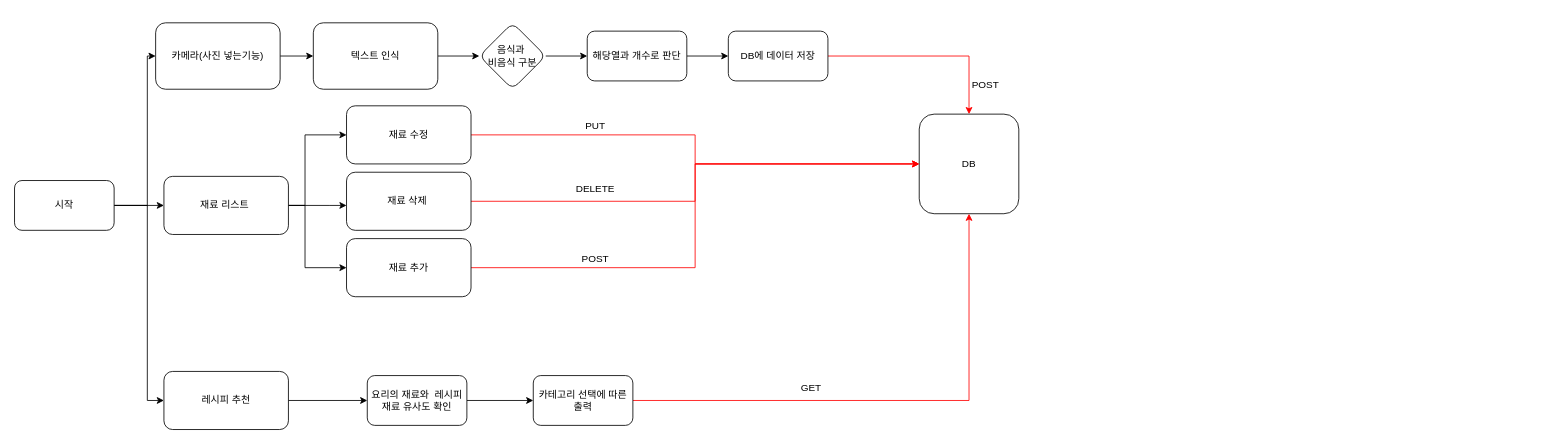
Above: SystemArchitecutre.drawio in brightlcy/Capstone-Design (draw.io), before the change. Source tidied: cells renumbered, new cells numbered last; positions are measured from the earlier drawing's top-left corner, leaving out a move shared by most shapes. Both pictures are drawn from the tidied source at 83%, with x=0, y=0 at pixel (14, 22).
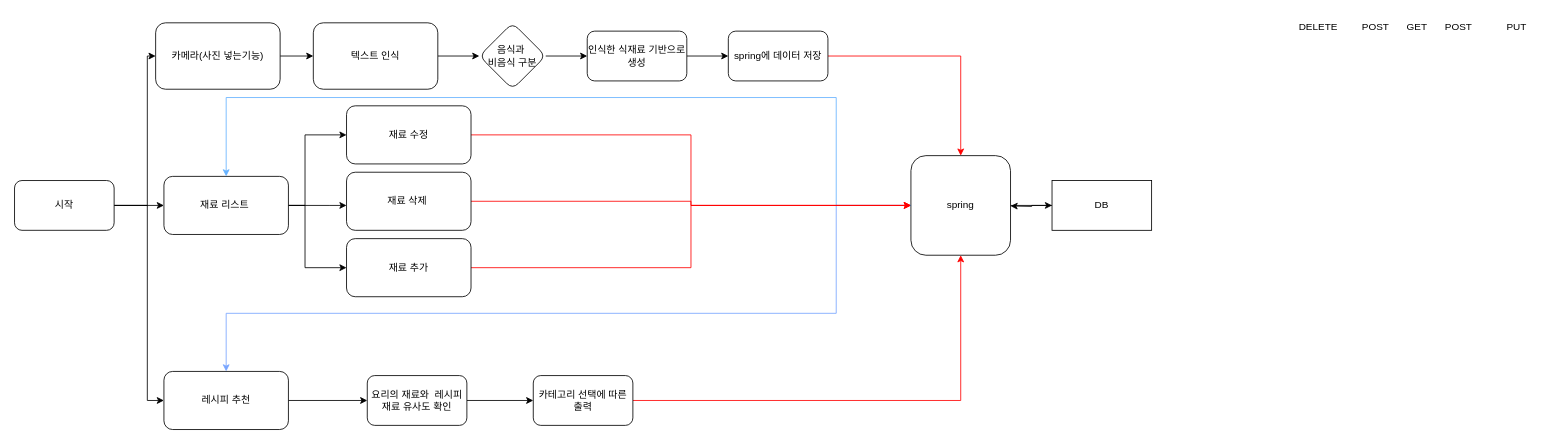
After the change.

Unchanged cells that the change refers to:
```xml
<mxCell id="11" value="재료 리스트&amp;nbsp;" style="whiteSpace=wrap;html=1;rounded=1;" parent="1" vertex="1">
  <mxGeometry x="180" y="185" width="150" height="70" as="geometry" />
</mxCell>
<mxCell id="13" value="레시피 추천" style="whiteSpace=wrap;html=1;rounded=1;" parent="1" vertex="1">
  <mxGeometry x="180" y="420" width="150" height="70" as="geometry" />
</mxCell>
<mxCell id="32" value="카테고리 선택에 따른 출력" style="whiteSpace=wrap;html=1;rounded=1;" parent="1" vertex="1">
  <mxGeometry x="625" y="425" width="120" height="60" as="geometry" />
</mxCell>
```

The edit, as a diff of the source:
```diff
@@
-    <mxCell id="19" value="해당열과 개수로 판단" style="whiteSpace=wrap;html=1;rounded=1;" parent="1" vertex="1">
+    <mxCell id="19" value="인식한 식재료 기반으로 생성" style="whiteSpace=wrap;html=1;rounded=1;" parent="1" vertex="1">
       <mxGeometry x="690" y="10" width="120" height="60" as="geometry" />
     </mxCell>
@@
-    <mxCell id="21" value="DB에 데이터 저장" style="whiteSpace=wrap;html=1;rounded=1;" parent="1" vertex="1">
+    <mxCell id="21" value="spring에 데이터 저장" style="whiteSpace=wrap;html=1;rounded=1;" parent="1" vertex="1">
       <mxGeometry x="860" y="10" width="120" height="60" as="geometry" />
     </mxCell>
+    <mxCell id="38" style="edgeStyle=orthogonalEdgeStyle;rounded=0;jettySize=auto;html=1;exitX=1;exitY=0.5;exitDx=0;exitDy=0;entryX=0;entryY=0.5;entryDx=0;entryDy=0;" parent="1" edge="1" source="22" target="42">
+      <mxGeometry relative="1" as="geometry" />
+    </mxCell>
+    <mxCell id="39" style="edgeStyle=orthogonalEdgeStyle;rounded=0;jettySize=auto;html=1;exitX=0;exitY=0.5;exitDx=0;exitDy=0;entryX=0.5;entryY=0;entryDx=0;entryDy=0;strokeColor=#66B2FF;" parent="1" edge="1" source="22" target="11">
+      <mxGeometry relative="1" as="geometry">
+        <Array as="points">
+          <mxPoint x="990" y="220" />
+          <mxPoint x="990" y="90" />
+          <mxPoint x="255" y="90" />
+        </Array>
+      </mxGeometry>
+    </mxCell>
+    <mxCell id="40" style="edgeStyle=orthogonalEdgeStyle;rounded=0;jettySize=auto;html=1;exitX=0;exitY=0.5;exitDx=0;exitDy=0;entryX=0.5;entryY=0;entryDx=0;entryDy=0;strokeColor=#78A5FF;" parent="1" edge="1" source="22" target="13">
+      <mxGeometry relative="1" as="geometry">
+        <Array as="points">
+          <mxPoint x="990" y="220" />
+          <mxPoint x="990" y="350" />
+          <mxPoint x="255" y="350" />
+        </Array>
+      </mxGeometry>
+    </mxCell>
-    <mxCell id="22" value="DB" style="rounded=1;whiteSpace=wrap;html=1;" parent="1" vertex="1">
-      <mxGeometry x="1090" y="110" width="120" height="120" as="geometry" />
+    <mxCell id="22" value="spring" style="rounded=1;whiteSpace=wrap;html=1;" parent="1" vertex="1">
+      <mxGeometry x="1080" y="160" width="120" height="120" as="geometry" />
     </mxCell>
@@
-    <mxCell id="31" style="edgeStyle=orthogonalEdgeStyle;rounded=0;jettySize=auto;html=1;exitX=1;exitY=0.5;exitDx=0;exitDy=0;entryX=0.5;entryY=1;entryDx=0;entryDy=0;strokeColor=#FF0000;" parent="1" edge="1" source="32" target="22">
-      <mxGeometry relative="1" as="geometry" />
+    <mxCell id="31" style="edgeStyle=orthogonalEdgeStyle;rounded=0;jettySize=auto;html=1;exitX=1;exitY=0.5;exitDx=0;exitDy=0;strokeColor=#FF0000;entryX=0.5;entryY=1;entryDx=0;entryDy=0;" parent="1" edge="1" source="32" target="22">
+      <mxGeometry relative="1" as="geometry">
+        <Array as="points">
+          <mxPoint x="1140" y="455" />
+        </Array>
+      </mxGeometry>
     </mxCell>
@@
     <mxCell id="33" value="PUT" style="text;html=1;align=center;verticalAlign=middle;whiteSpace=wrap;rounded=0;" parent="1" vertex="1">
-      <mxGeometry x="670" y="110" width="60" height="30" as="geometry" />
+      <mxGeometry x="1780" y="-10" width="60" height="30" as="geometry" />
     </mxCell>
     <mxCell id="34" value="DELETE" style="text;html=1;align=center;verticalAlign=middle;whiteSpace=wrap;rounded=0;" parent="1" vertex="1">
-      <mxGeometry x="670" y="185" width="60" height="30" as="geometry" />
+      <mxGeometry x="1541" y="-10" width="60" height="30" as="geometry" />
     </mxCell>
     <mxCell id="35" value="POST" style="text;html=1;align=center;verticalAlign=middle;whiteSpace=wrap;rounded=0;" parent="1" vertex="1">
-      <mxGeometry x="670" y="270" width="60" height="30" as="geometry" />
+      <mxGeometry x="1610" y="-10" width="60" height="30" as="geometry" />
     </mxCell>
     <mxCell id="36" value="GET" style="text;html=1;align=center;verticalAlign=middle;whiteSpace=wrap;rounded=0;" parent="1" vertex="1">
-      <mxGeometry x="930" y="425" width="60" height="30" as="geometry" />
+      <mxGeometry x="1660" y="-10" width="60" height="30" as="geometry" />
     </mxCell>
     <mxCell id="37" value="POST" style="text;html=1;align=center;verticalAlign=middle;whiteSpace=wrap;rounded=0;" parent="1" vertex="1">
-      <mxGeometry x="1140" y="60" width="60" height="30" as="geometry" />
+      <mxGeometry x="1710" y="-10" width="60" height="30" as="geometry" />
     </mxCell>
+    <mxCell id="41" style="edgeStyle=orthogonalEdgeStyle;rounded=0;jettySize=auto;html=1;exitX=0;exitY=0.5;exitDx=0;exitDy=0;" parent="1" edge="1" source="42">
+      <mxGeometry relative="1" as="geometry">
+        <mxPoint x="1200" y="220.7" as="targetPoint" />
+      </mxGeometry>
+    </mxCell>
+    <mxCell id="42" value="DB" style="rounded=0;whiteSpace=wrap;html=1;" parent="1" vertex="1">
+      <mxGeometry x="1250" y="190" width="120" height="60" as="geometry" />
+    </mxCell>
```
